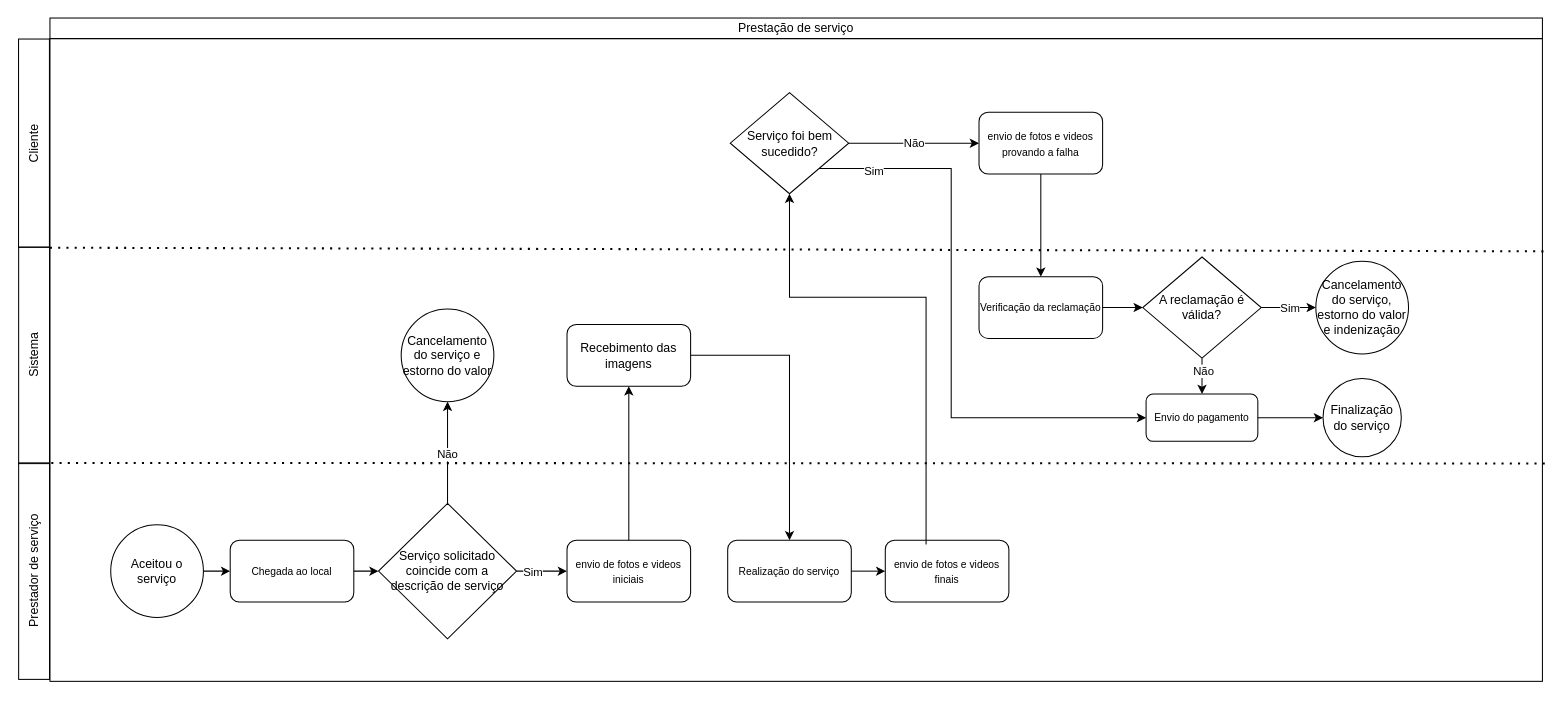
The draw.io diagram fluxagrama de prestação de serviço.drawio in HG0304/CC5511-SIRIUS, before the edit. Source tidied: cells renumbered, new cells numbered last; positions are measured from the earlier drawing's top-left corner, leaving out a move shared by most shapes. Both pictures are drawn from the tidied source at 103%, with x=0, y=0 at pixel (-75, 18).
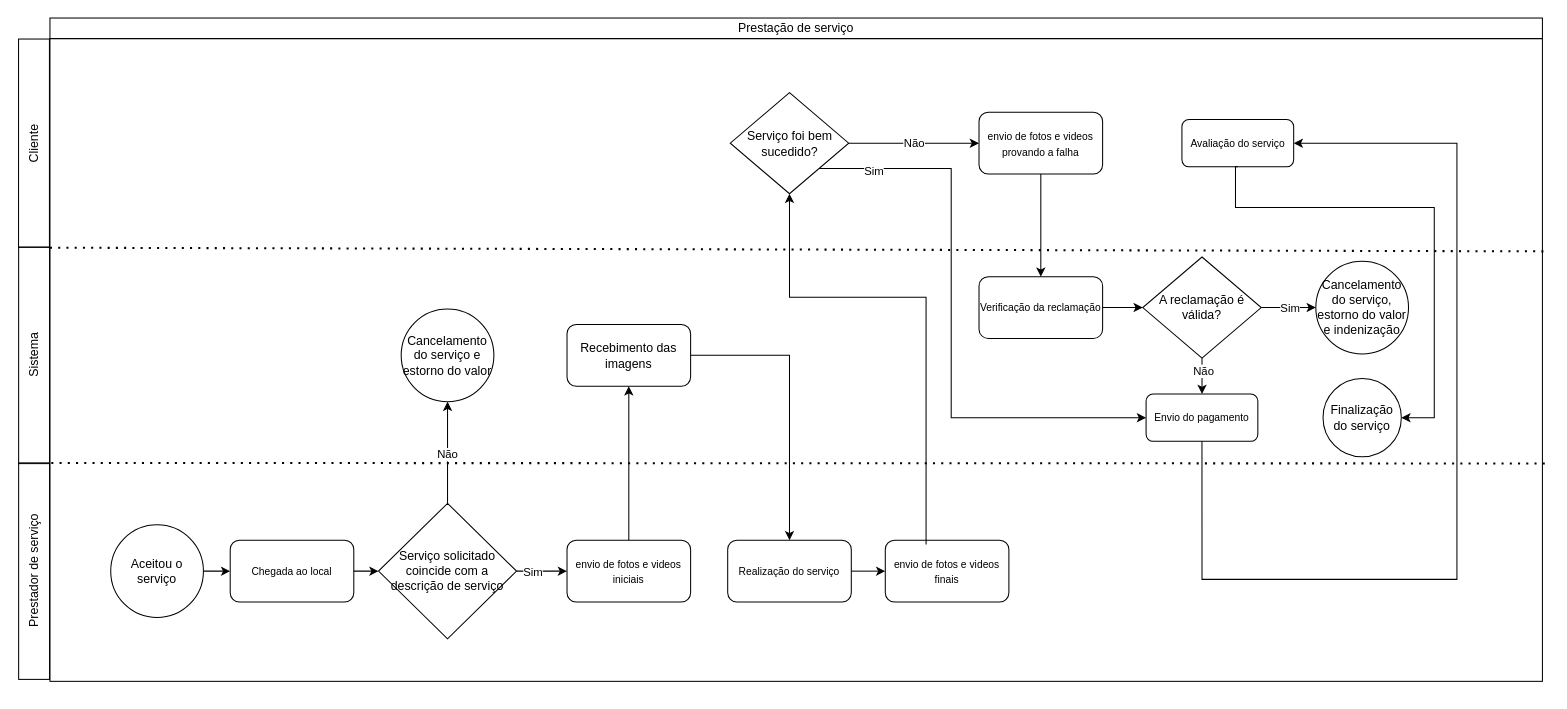
After the change.

Unchanged cells that the change refers to:
```xml
<mxCell id="43" value="&lt;span style=&quot;font-size: 10px;&quot;&gt;Envio do pagamento&lt;/span&gt;" style="rounded=1;whiteSpace=wrap;html=1;fillColor=none;" parent="1" vertex="1">
  <mxGeometry x="1185.2" y="365" width="108.5" height="46" as="geometry" />
</mxCell>
<mxCell id="44" value="Finalização do serviço" style="ellipse;whiteSpace=wrap;html=1;fillColor=none;" parent="1" vertex="1">
  <mxGeometry x="1357" y="350" width="76" height="76" as="geometry" />
</mxCell>
```

The edit, as a diff of the source:
```diff
@@
-    <mxCell id="42" style="edgeStyle=orthogonalEdgeStyle;rounded=0;jettySize=auto;html=1;exitX=1;exitY=0.5;exitDx=0;exitDy=0;entryX=0;entryY=0.5;entryDx=0;entryDy=0;" parent="1" edge="1" source="43" target="44">
-      <mxGeometry relative="1" as="geometry" />
-    </mxCell>
+    <mxCell id="45" style="edgeStyle=orthogonalEdgeStyle;rounded=0;jettySize=auto;html=1;exitX=0.5;exitY=1;exitDx=0;exitDy=0;entryX=1;entryY=0.5;entryDx=0;entryDy=0;" parent="1" edge="1" source="43" target="47">
+      <mxGeometry relative="1" as="geometry">
+        <Array as="points">
+          <mxPoint x="1240" y="545" />
+          <mxPoint x="1487" y="545" />
+          <mxPoint x="1487" y="122" />
+        </Array>
+      </mxGeometry>
+    </mxCell>
@@
+    <mxCell id="46" style="edgeStyle=orthogonalEdgeStyle;rounded=0;jettySize=auto;html=1;exitX=0.5;exitY=1;exitDx=0;exitDy=0;entryX=1;entryY=0.5;entryDx=0;entryDy=0;" parent="1" edge="1" source="47" target="44">
+      <mxGeometry relative="1" as="geometry">
+        <Array as="points">
+          <mxPoint x="1272" y="145" />
+          <mxPoint x="1272" y="184" />
+          <mxPoint x="1465" y="184" />
+          <mxPoint x="1465" y="388" />
+        </Array>
+      </mxGeometry>
+    </mxCell>
+    <mxCell id="47" value="&lt;span style=&quot;font-size: 10px;&quot;&gt;Avaliação do serviço&lt;/span&gt;" style="rounded=1;whiteSpace=wrap;html=1;fillColor=none;" parent="1" vertex="1">
+      <mxGeometry x="1220" y="98.5" width="108.5" height="46" as="geometry" />
+    </mxCell>
```
